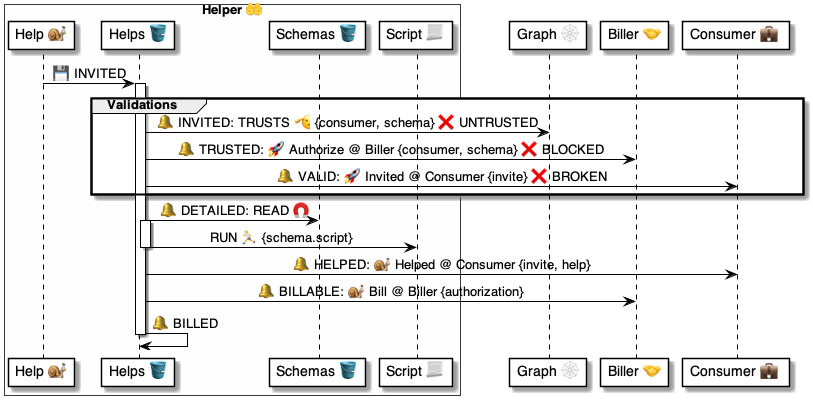
Before: 4 ⚙️ Solution/45 🤲 Helper domains/$ Helpers 🤲/🤲🪣 Invites tables/Helps 🤲 table/🪣 Helps/🤲 Helper.Helps ⚙️ uml.png, a diagram exported from PlantUML (pollyweb-org/pollyweb-docs). Its source is kept beside it as 4 ⚙️ Solution/45 🤲 Helper domains/$ Helpers 🤲/🤲🪣 Invites tables/Helps 🤲 table/🪣 Helps/🤲 Helper.Helps ⚙️ uml.puml.
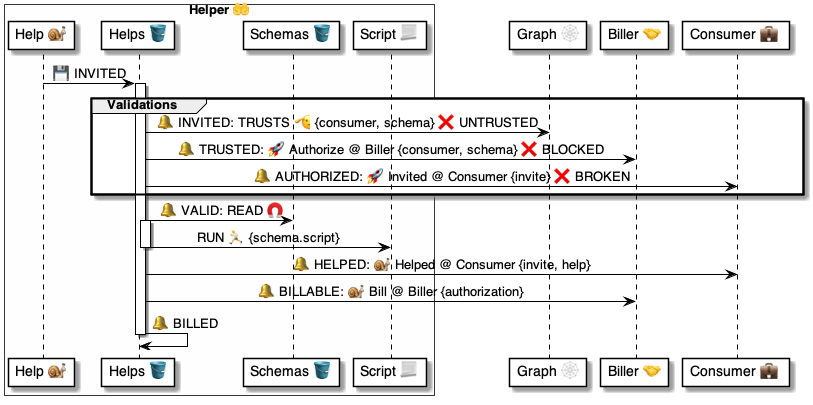
After the change.

Change to the diagram source:
```diff
@@ -19,11 +19,11 @@
 activate table
     table -> graph: 🔔 INVITED: TRUSTS 🫡 {consumer, schema} ❌ UNTRUSTED
     table -> biller: 🔔 TRUSTED: 🚀 Authorize @ Biller {consumer, schema} ❌ BLOCKED
-    table -> consumer: 🔔 VALID: 🚀 Invited @ Consumer {invite} ❌ BROKEN
+    table -> consumer: 🔔 AUTHORIZED: 🚀 Invited @ Consumer {invite} ❌ BROKEN
 
 end group
 
-    table -> schemas: 🔔 DETAILED: READ 🧲
+    table -> schemas: 🔔 VALID: READ 🧲
     activate table
         table -> script: RUN 🏃 {schema.script}
     deactivate table
```
